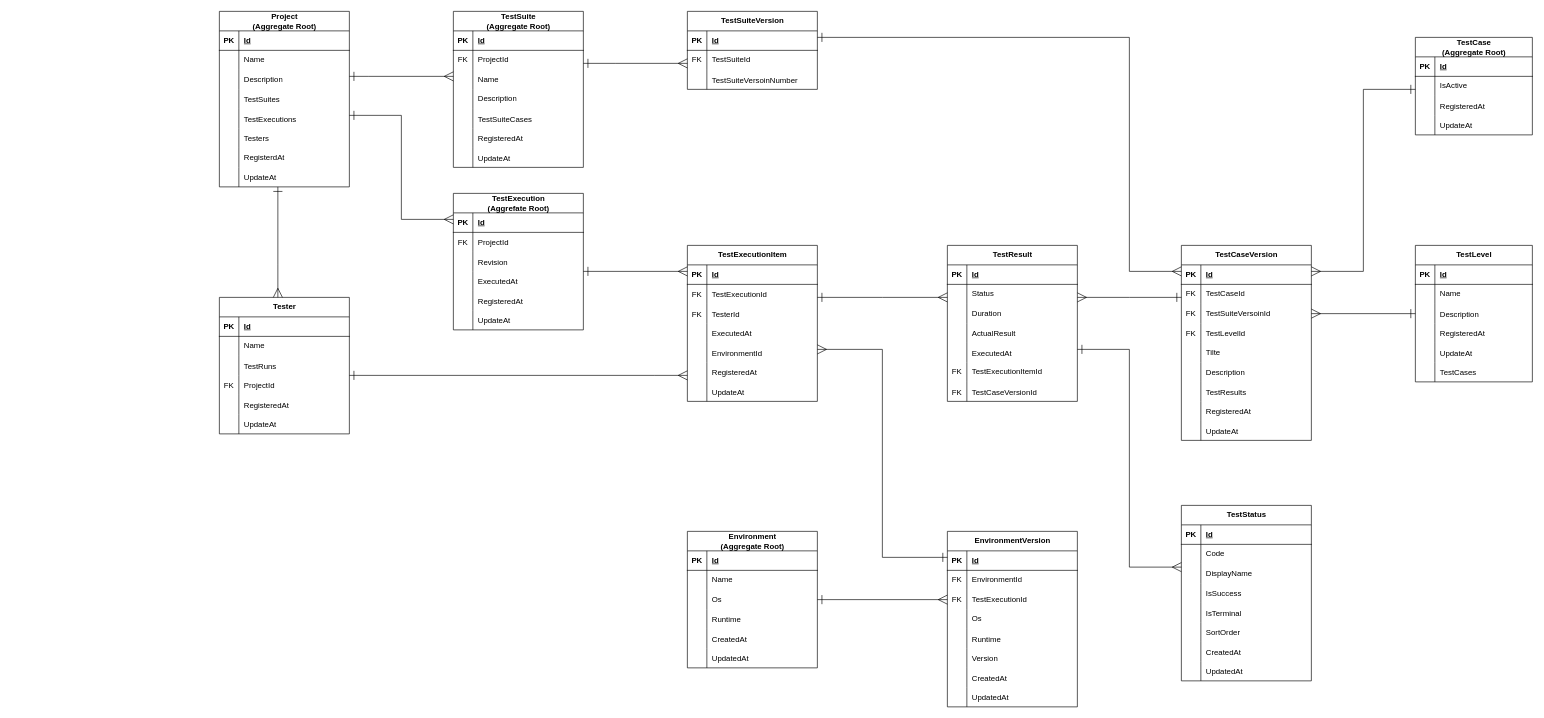
The draw.io diagram page "テスト結果管理" (1 of 4) of doc/design/ER_diagram.drawio in CountrySideEngineer/TestManagement, before the edit. Source tidied: cells renumbered, new cells numbered last; positions are measured from the earlier drawing's top-left corner, leaving out a move shared by most shapes. Both pictures are drawn from the tidied source at 65%, with x=0, y=0 at pixel (219, 11).
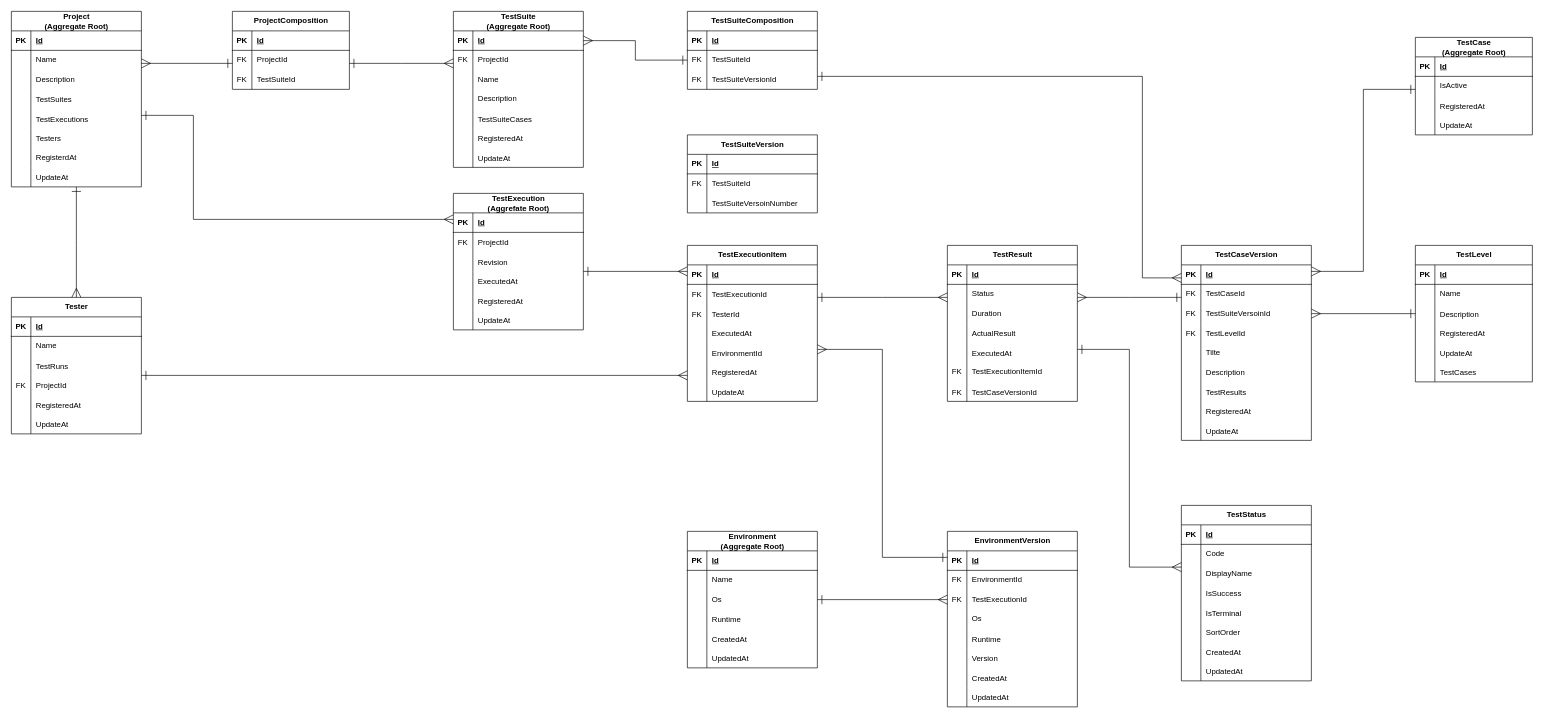
After the change.

Commit message (it also covers changes not shown here):
Update Program.cs. Add code to configure scope about ProjectComposition and Project service classes.

The change refers to these unchanged cells:
```xml
<mxCell id="18" value="TestExecution&lt;div&gt;(Aggrefate Root)&lt;/div&gt;" style="shape=table;startSize=30;childLayout=tableLayout;rowLines=0;fontStyle=1;align=center;html=1;" parent="1" vertex="1">
  <mxGeometry x="360" y="280" width="200" height="210" as="geometry" />
</mxCell>
<mxCell id="105" value="TestSuite&lt;div&gt;(Aggregate Root)&lt;/div&gt;" style="shape=table;startSize=30;childLayout=tableLayout;rowLines=0;fontStyle=1;align=center;html=1;" parent="1" vertex="1">
  <mxGeometry x="360" width="200" height="240" as="geometry" />
</mxCell>
<mxCell id="106" style="shape=tableRow;horizontal=0;startSize=0;swimlaneHead=0;swimlaneBody=0;fillColor=none;points=[[0,0.5],[1,0.5]];portConstraint=eastwest;top=0;left=0;right=0;bottom=1;" parent="105" vertex="1">
  <mxGeometry y="30" width="200" height="30" as="geometry" />
</mxCell>
<mxCell id="163" value="TestCaseVersion" style="shape=table;startSize=30;childLayout=tableLayout;rowLines=0;fontStyle=1;align=center;html=1;" parent="1" vertex="1">
  <mxGeometry x="1480" y="360" width="200" height="300" as="geometry" />
</mxCell>
```

Diff of the diagram source:
```diff
@@
     <mxCell id="37" value="Tester" style="shape=table;startSize=30;childLayout=tableLayout;rowLines=0;fontStyle=1;align=center;html=1;" parent="1" vertex="1">
-      <mxGeometry y="440" width="200" height="210" as="geometry" />
+      <mxGeometry x="-320" y="440" width="200" height="210" as="geometry" />
     </mxCell>
@@
-    <mxCell id="76" style="edgeStyle=orthogonalEdgeStyle;rounded=0;jettySize=auto;html=1;startArrow=ERone;startFill=0;endArrow=ERmany;endFill=0;endSize=12;startSize=12;" parent="1" edge="1" source="79" target="105">
+    <mxCell id="76" style="edgeStyle=orthogonalEdgeStyle;rounded=0;jettySize=auto;html=1;startArrow=ERone;startFill=0;endArrow=ERmany;endFill=0;endSize=12;startSize=12;" parent="1" edge="1" source="295" target="79">
       <mxGeometry relative="1" as="geometry">
         <Array as="points">
-          <mxPoint x="230" y="100" />
-          <mxPoint x="230" y="100" />
+          <mxPoint x="-50" y="80" />
+          <mxPoint x="-50" y="80" />
         </Array>
       </mxGeometry>
     </mxCell>
     <mxCell id="77" style="edgeStyle=orthogonalEdgeStyle;rounded=0;jettySize=auto;html=1;startArrow=ERone;startFill=0;endArrow=ERmany;endFill=0;startSize=12;endSize=12;" parent="1" edge="1" source="79" target="18">
       <mxGeometry relative="1" as="geometry">
         <Array as="points">
-          <mxPoint x="280" y="160" />
-          <mxPoint x="280" y="320" />
+          <mxPoint x="-40" y="160" />
+          <mxPoint x="-40" y="320" />
         </Array>
       </mxGeometry>
     </mxCell>
     <mxCell id="78" style="edgeStyle=orthogonalEdgeStyle;rounded=0;jettySize=auto;html=1;startArrow=ERone;startFill=0;startSize=12;endSize=12;endArrow=ERmany;endFill=0;" parent="1" edge="1" source="79" target="37">
       <mxGeometry relative="1" as="geometry">
         <Array as="points">
-          <mxPoint x="90" y="390" />
-          <mxPoint x="90" y="390" />
+          <mxPoint x="-220" y="360" />
+          <mxPoint x="-220" y="360" />
         </Array>
       </mxGeometry>
     </mxCell>
     <mxCell id="79" value="Project&lt;div&gt;(Aggregate Root)&lt;/div&gt;" style="shape=table;startSize=30;childLayout=tableLayout;rowLines=0;fontStyle=1;align=center;html=1;" parent="1" vertex="1">
-      <mxGeometry width="200" height="270" as="geometry" />
+      <mxGeometry x="-320" width="200" height="270" as="geometry" />
     </mxCell>
@@
-    <mxCell id="104" style="edgeStyle=orthogonalEdgeStyle;rounded=0;jettySize=auto;html=1;startArrow=ERone;startFill=0;endArrow=ERmany;endFill=0;endSize=12;startSize=12;" parent="1" edge="1" source="105" target="153">
-      <mxGeometry relative="1" as="geometry">
-        <Array as="points">
-          <mxPoint x="610" y="80" />
-          <mxPoint x="610" y="80" />
-        </Array>
-      </mxGeometry>
-    </mxCell>
@@
-    <mxCell id="152" style="edgeStyle=orthogonalEdgeStyle;rounded=0;jettySize=auto;html=1;startArrow=ERone;startFill=0;endArrow=ERmany;endFill=0;startSize=12;endSize=12;" parent="1" edge="1" source="153" target="163">
-      <mxGeometry relative="1" as="geometry">
-        <Array as="points">
-          <mxPoint x="1400" y="40" />
-          <mxPoint x="1400" y="400" />
-        </Array>
-      </mxGeometry>
+    <mxCell id="152" style="edgeStyle=orthogonalEdgeStyle;rounded=0;jettySize=auto;html=1;startArrow=ERone;startFill=0;endArrow=ERmany;endFill=0;startSize=12;endSize=12;" parent="1" edge="1" source="289" target="106">
+      <mxGeometry relative="1" as="geometry" />
     </mxCell>
     <mxCell id="153" value="TestSuiteVersion" style="shape=table;startSize=30;childLayout=tableLayout;rowLines=0;fontStyle=1;align=center;html=1;" parent="1" vertex="1">
-      <mxGeometry x="720" width="200" height="120" as="geometry" />
+      <mxGeometry x="720" y="190" width="200" height="120" as="geometry" />
     </mxCell>
@@
+    <mxCell id="284" style="edgeStyle=orthogonalEdgeStyle;rounded=0;jettySize=auto;html=1;startArrow=ERone;startFill=0;endArrow=ERmany;endFill=0;startSize=12;endSize=12;" parent="1" edge="1" source="292" target="163">
+      <mxGeometry relative="1" as="geometry">
+        <Array as="points">
+          <mxPoint x="1420" y="100" />
+          <mxPoint x="1420" y="410" />
+        </Array>
+      </mxGeometry>
+    </mxCell>
+    <mxCell id="285" value="TestSuiteComposition" style="shape=table;startSize=30;childLayout=tableLayout;rowLines=0;fontStyle=1;align=center;html=1;" parent="1" vertex="1">
+      <mxGeometry x="720" width="200" height="120" as="geometry" />
+    </mxCell>
+    <mxCell id="286" style="shape=tableRow;horizontal=0;startSize=0;swimlaneHead=0;swimlaneBody=0;fillColor=none;top=0;left=0;right=0;bottom=1;" parent="285" vertex="1">
+      <mxGeometry y="30" width="200" height="30" as="geometry" />
+    </mxCell>
+    <mxCell id="287" value="PK" style="shape=partialRectangle;fillColor=none;top=0;left=0;bottom=0;right=0;fontStyle=1;overflow=hidden;whiteSpace=wrap;html=1;" parent="286" vertex="1">
+      <mxGeometry width="30" height="30" as="geometry" />
+    </mxCell>
+    <mxCell id="288" value="Id" style="shape=partialRectangle;fillColor=none;top=0;left=0;bottom=0;right=0;align=left;spacingLeft=6;fontStyle=5;overflow=hidden;whiteSpace=wrap;html=1;" parent="286" vertex="1">
+      <mxGeometry x="30" width="170" height="30" as="geometry" />
+    </mxCell>
+    <mxCell id="289" style="shape=tableRow;horizontal=0;startSize=0;swimlaneHead=0;swimlaneBody=0;fillColor=none;points=[[0,0.5],[1,0.5]];portConstraint=eastwest;top=0;left=0;right=0;bottom=0;" parent="285" vertex="1">
+      <mxGeometry y="60" width="200" height="30" as="geometry" />
+    </mxCell>
+    <mxCell id="290" value="FK" style="shape=partialRectangle;fillColor=none;top=0;left=0;bottom=0;right=0;overflow=hidden;whiteSpace=wrap;html=1;" parent="289" vertex="1">
+      <mxGeometry width="30" height="30" as="geometry" />
+    </mxCell>
+    <mxCell id="291" value="TestSuiteId" style="shape=partialRectangle;fillColor=none;top=0;left=0;bottom=0;right=0;align=left;spacingLeft=6;overflow=hidden;whiteSpace=wrap;html=1;" parent="289" vertex="1">
+      <mxGeometry x="30" width="170" height="30" as="geometry" />
+    </mxCell>
+    <mxCell id="292" style="shape=tableRow;horizontal=0;startSize=0;swimlaneHead=0;swimlaneBody=0;fillColor=none;points=[[0,0.5],[1,0.5]];portConstraint=eastwest;top=0;left=0;right=0;bottom=0;" parent="285" vertex="1">
+      <mxGeometry y="90" width="200" height="30" as="geometry" />
+    </mxCell>
+    <mxCell id="293" value="FK" style="shape=partialRectangle;fillColor=none;top=0;left=0;bottom=0;right=0;overflow=hidden;whiteSpace=wrap;html=1;" parent="292" vertex="1">
+      <mxGeometry width="30" height="30" as="geometry" />
+    </mxCell>
+    <mxCell id="294" value="TestSuiteVersionId" style="shape=partialRectangle;fillColor=none;top=0;left=0;bottom=0;right=0;align=left;spacingLeft=6;overflow=hidden;whiteSpace=wrap;html=1;" parent="292" vertex="1">
+      <mxGeometry x="30" width="170" height="30" as="geometry" />
+    </mxCell>
+    <mxCell id="295" value="ProjectComposition" style="shape=table;startSize=30;childLayout=tableLayout;rowLines=0;fontStyle=1;align=center;html=1;" parent="1" vertex="1">
+      <mxGeometry x="20" width="180" height="120" as="geometry" />
+    </mxCell>
+    <mxCell id="296" style="shape=tableRow;horizontal=0;startSize=0;swimlaneHead=0;swimlaneBody=0;fillColor=none;top=0;left=0;right=0;bottom=1;" parent="295" vertex="1">
+      <mxGeometry y="30" width="180" height="30" as="geometry" />
+    </mxCell>
+    <mxCell id="297" value="PK" style="shape=partialRectangle;fillColor=none;top=0;left=0;bottom=0;right=0;fontStyle=1;overflow=hidden;whiteSpace=wrap;html=1;" parent="296" vertex="1">
+      <mxGeometry width="30" height="30" as="geometry" />
+    </mxCell>
+    <mxCell id="298" value="Id" style="shape=partialRectangle;fillColor=none;top=0;left=0;bottom=0;right=0;align=left;spacingLeft=6;fontStyle=5;overflow=hidden;whiteSpace=wrap;html=1;" parent="296" vertex="1">
+      <mxGeometry x="30" width="150" height="30" as="geometry" />
+    </mxCell>
+    <mxCell id="299" style="shape=tableRow;horizontal=0;startSize=0;swimlaneHead=0;swimlaneBody=0;fillColor=none;top=0;left=0;right=0;bottom=0;" parent="295" vertex="1">
+      <mxGeometry y="60" width="180" height="30" as="geometry" />
+    </mxCell>
+    <mxCell id="300" value="FK" style="shape=partialRectangle;fillColor=none;top=0;left=0;bottom=0;right=0;overflow=hidden;whiteSpace=wrap;html=1;" parent="299" vertex="1">
+      <mxGeometry width="30" height="30" as="geometry" />
+    </mxCell>
+    <mxCell id="301" value="ProjectId" style="shape=partialRectangle;fillColor=none;top=0;left=0;bottom=0;right=0;align=left;spacingLeft=6;overflow=hidden;whiteSpace=wrap;html=1;" parent="299" vertex="1">
+      <mxGeometry x="30" width="150" height="30" as="geometry" />
+    </mxCell>
+    <mxCell id="302" style="shape=tableRow;horizontal=0;startSize=0;swimlaneHead=0;swimlaneBody=0;fillColor=none;top=0;left=0;right=0;bottom=0;" parent="295" vertex="1">
+      <mxGeometry y="90" width="180" height="30" as="geometry" />
+    </mxCell>
+    <mxCell id="303" value="FK" style="shape=partialRectangle;fillColor=none;top=0;left=0;bottom=0;right=0;overflow=hidden;whiteSpace=wrap;html=1;" parent="302" vertex="1">
+      <mxGeometry width="30" height="30" as="geometry" />
+    </mxCell>
+    <mxCell id="304" value="TestSuiteId" style="shape=partialRectangle;fillColor=none;top=0;left=0;bottom=0;right=0;align=left;spacingLeft=6;overflow=hidden;whiteSpace=wrap;html=1;" parent="302" vertex="1">
+      <mxGeometry x="30" width="150" height="30" as="geometry" />
+    </mxCell>
+    <mxCell id="305" style="edgeStyle=orthogonalEdgeStyle;rounded=0;jettySize=auto;html=1;startArrow=ERone;startFill=0;endArrow=ERmany;endFill=0;startSize=12;endSize=12;" parent="1" edge="1" source="295" target="105">
+      <mxGeometry relative="1" as="geometry">
+        <Array as="points">
+          <mxPoint x="280" y="80" />
+          <mxPoint x="280" y="80" />
+        </Array>
+      </mxGeometry>
+    </mxCell>
```
